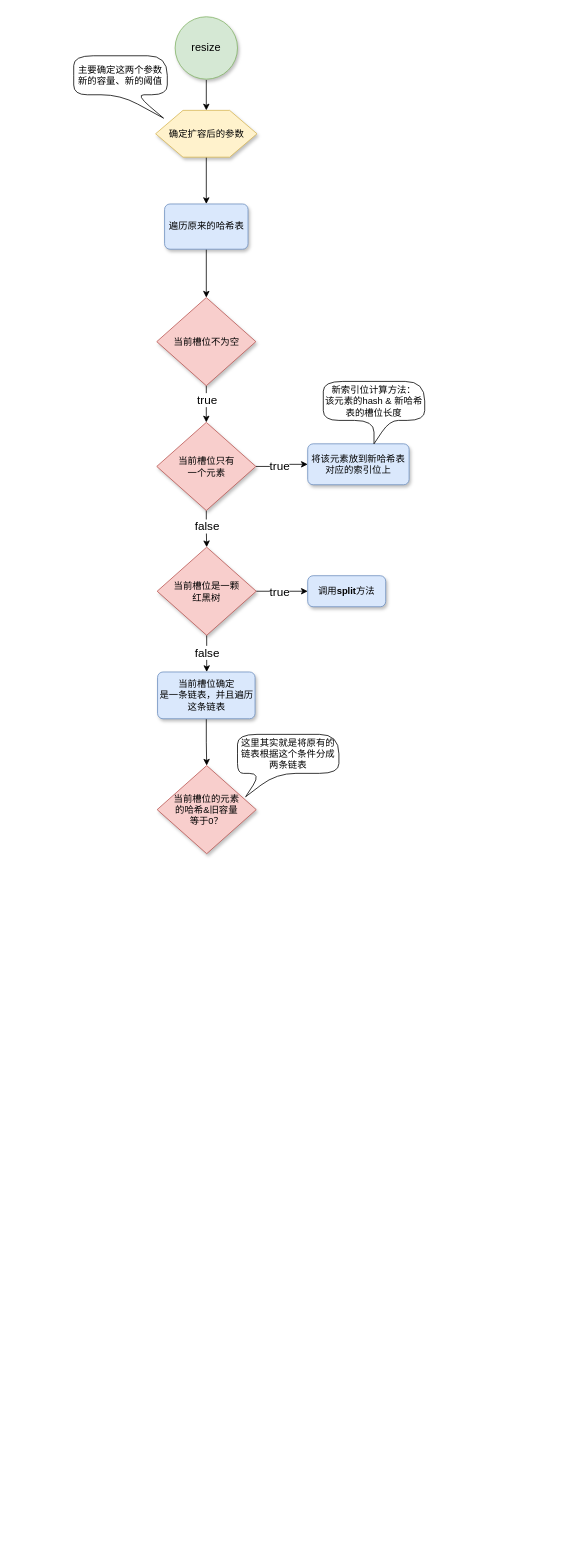
This is typora/JavaSE/6 集合/drawio/HashMap/扩容流程.drawio from LDChing0321/JavaLearn, a draw.io file, before an edit. Source tidied: cells renumbered, new cells numbered last; positions are measured from the earlier drawing's top-left corner, leaving out a move shared by most shapes. Both pictures are drawn from the tidied source at 78%, with x=0, y=0 at pixel (73, 16).
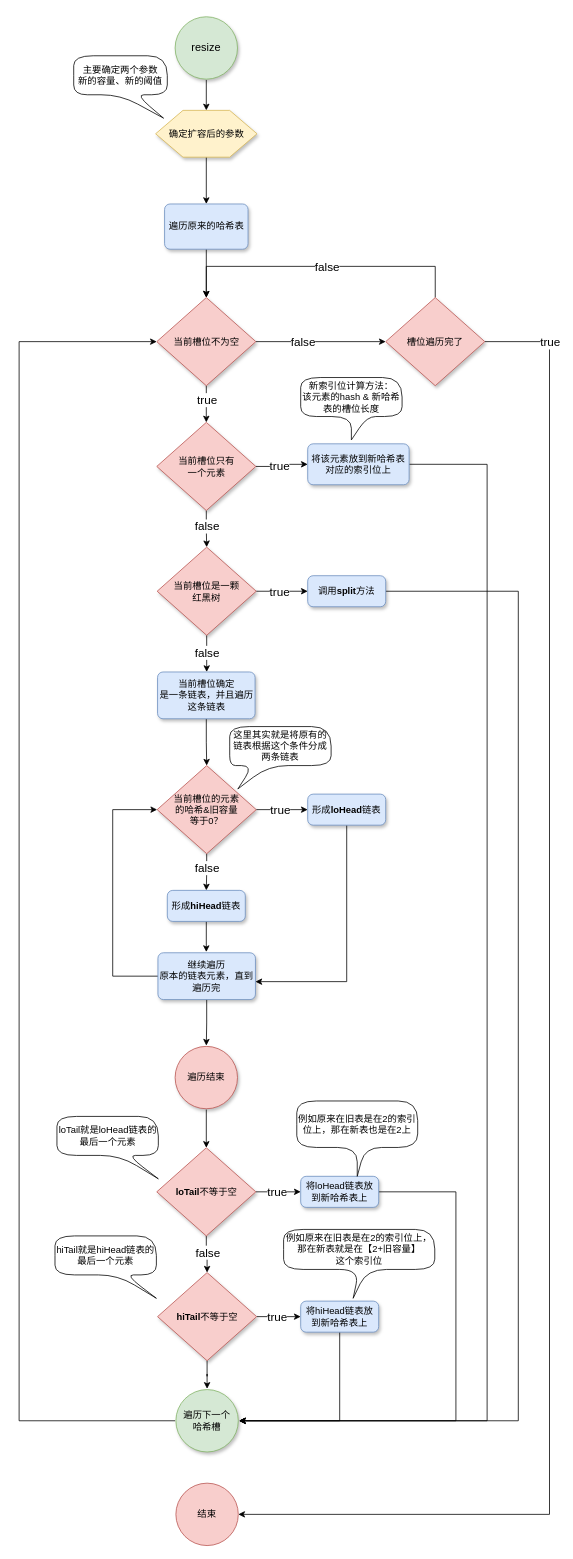
The same diagram, later.

Commit message:
更新扩容流程.drawio

Unchanged cells that the change refers to:
```xml
<mxCell id="10" value="当前槽位不为空" style="strokeWidth=1;html=1;shape=mxgraph.flowchart.decision;whiteSpace=wrap;fillColor=#f8cecc;strokeColor=#b85450;shadow=1;" parent="1" vertex="1">
  <mxGeometry x="106.5" y="360" width="127" height="113" as="geometry" />
</mxCell>
<mxCell id="15" value="将该元素放到新哈希表对应的索引位上" style="rounded=1;whiteSpace=wrap;html=1;absoluteArcSize=1;arcSize=14;strokeWidth=1;fillColor=#dae8fc;strokeColor=#6c8ebf;shadow=1;" parent="1" vertex="1">
  <mxGeometry x="300" y="547.5" width="130" height="52.5" as="geometry" />
</mxCell>
<mxCell id="25" value="调用&lt;b&gt;split&lt;/b&gt;方法" style="rounded=1;whiteSpace=wrap;html=1;absoluteArcSize=1;arcSize=14;strokeWidth=1;fillColor=#dae8fc;strokeColor=#6c8ebf;shadow=1;" parent="1" vertex="1">
  <mxGeometry x="300" y="716.6" width="100" height="39.8" as="geometry" />
</mxCell>
<mxCell id="27" value="当前槽位的元素&lt;br&gt;的哈希&amp;amp;旧容量&lt;br&gt;等于0？" style="strokeWidth=1;html=1;shape=mxgraph.flowchart.decision;whiteSpace=wrap;fillColor=#f8cecc;strokeColor=#b85450;shadow=1;" parent="1" vertex="1">
  <mxGeometry x="107" y="960" width="127" height="113" as="geometry" />
</mxCell>
```

The edit, as a diff of the source:
```diff
@@
-    <mxCell id="6" value="主要确定这两个参数新的容量、新的阈值" style="shape=callout;whiteSpace=wrap;html=1;perimeter=calloutPerimeter;rounded=1;arcSize=50;position2=0.96;" parent="1" vertex="1">
+    <mxCell id="6" value="主要确定两个参数&lt;br&gt;新的容量、新的阈值" style="shape=callout;whiteSpace=wrap;html=1;perimeter=calloutPerimeter;rounded=1;arcSize=50;position2=0.96;" parent="1" vertex="1">
       <mxGeometry y="50" width="120" height="80" as="geometry" />
     </mxCell>
@@
+    <mxCell id="29" style="edgeStyle=orthogonalEdgeStyle;rounded=0;jettySize=auto;html=1;exitX=1;exitY=0.5;exitDx=0;exitDy=0;exitPerimeter=0;entryX=0;entryY=0.5;entryDx=0;entryDy=0;entryPerimeter=0;fontSize=12;" parent="1" edge="1" source="10" target="65">
+      <mxGeometry relative="1" as="geometry" />
+    </mxCell>
@@
+    <mxCell id="30" style="edgeStyle=orthogonalEdgeStyle;rounded=0;jettySize=auto;html=1;exitX=1;exitY=0.5;exitDx=0;exitDy=0;fontSize=12;entryX=1;entryY=0.5;entryDx=0;entryDy=0;entryPerimeter=0;" parent="1" edge="1" source="15" target="62">
+      <mxGeometry relative="1" as="geometry">
+        <Array as="points">
+          <mxPoint x="530" y="574" />
+          <mxPoint x="530" y="1800" />
+        </Array>
+      </mxGeometry>
+    </mxCell>
@@
     <mxCell id="17" value="新索引位计算方法：&lt;br&gt;该元素的hash &amp;amp;&amp;nbsp;新哈希表的槽位长度" style="shape=callout;whiteSpace=wrap;html=1;perimeter=calloutPerimeter;rounded=1;arcSize=50;position2=0.5;" parent="1" vertex="1">
-      <mxGeometry x="320" y="467.5" width="130" height="80" as="geometry" />
+      <mxGeometry x="291" y="462.5" width="130" height="80" as="geometry" />
     </mxCell>
@@
+    <mxCell id="31" style="edgeStyle=orthogonalEdgeStyle;rounded=0;jettySize=auto;html=1;exitX=1;exitY=0.5;exitDx=0;exitDy=0;entryX=1;entryY=0.5;entryDx=0;entryDy=0;entryPerimeter=0;fontSize=12;" parent="1" edge="1" source="25" target="62">
+      <mxGeometry relative="1" as="geometry">
+        <Array as="points">
+          <mxPoint x="570" y="737" />
+          <mxPoint x="570" y="1800" />
+        </Array>
+      </mxGeometry>
+    </mxCell>
@@
+    <mxCell id="32" style="edgeStyle=orthogonalEdgeStyle;rounded=0;jettySize=auto;html=1;fontSize=15;" parent="1" edge="1" source="27" target="35">
+      <mxGeometry relative="1" as="geometry" />
+    </mxCell>
+    <mxCell id="33" style="edgeStyle=orthogonalEdgeStyle;rounded=0;jettySize=auto;html=1;fontSize=15;" parent="1" edge="1" source="27" target="38">
+      <mxGeometry relative="1" as="geometry" />
+    </mxCell>
@@
     <mxCell id="28" value="这里其实就是将原有的链表根据这个条件分成两条链表" style="shape=callout;whiteSpace=wrap;html=1;perimeter=calloutPerimeter;rounded=1;arcSize=50;position2=0.08;size=30;position=0.23;" parent="1" vertex="1">
-      <mxGeometry x="210" y="920" width="130" height="80" as="geometry" />
+      <mxGeometry x="200" y="910" width="130" height="80" as="geometry" />
     </mxCell>
+    <mxCell id="34" style="edgeStyle=orthogonalEdgeStyle;rounded=0;jettySize=auto;html=1;exitX=0.5;exitY=1;exitDx=0;exitDy=0;entryX=1;entryY=0.617;entryDx=0;entryDy=0;entryPerimeter=0;fontSize=12;" parent="1" edge="1" source="35" target="70">
+      <mxGeometry relative="1" as="geometry" />
+    </mxCell>
+    <mxCell id="35" value="形成&lt;b&gt;loHead&lt;/b&gt;链表" style="rounded=1;whiteSpace=wrap;html=1;absoluteArcSize=1;arcSize=14;strokeWidth=1;fillColor=#dae8fc;strokeColor=#6c8ebf;shadow=1;" parent="1" vertex="1">
+      <mxGeometry x="300" y="996.6" width="100" height="39.8" as="geometry" />
+    </mxCell>
+    <mxCell id="36" value="true" style="edgeLabel;html=1;align=center;verticalAlign=middle;fontSize=15;" parent="1" vertex="1">
+      <mxGeometry x="192" y="939" as="geometry">
+        <mxPoint x="72" y="76" as="offset" />
+      </mxGeometry>
+    </mxCell>
+    <mxCell id="37" style="edgeStyle=orthogonalEdgeStyle;rounded=0;jettySize=auto;html=1;fontSize=12;" parent="1" edge="1" source="38">
+      <mxGeometry relative="1" as="geometry">
+        <mxPoint x="170" y="1199" as="targetPoint" />
+      </mxGeometry>
+    </mxCell>
+    <mxCell id="38" value="形成&lt;b&gt;hiHead&lt;/b&gt;链表" style="rounded=1;whiteSpace=wrap;html=1;absoluteArcSize=1;arcSize=14;strokeWidth=1;fillColor=#dae8fc;strokeColor=#6c8ebf;shadow=1;" parent="1" vertex="1">
+      <mxGeometry x="120" y="1120" width="100" height="39.8" as="geometry" />
+    </mxCell>
+    <mxCell id="39" value="false" style="edgeLabel;html=1;align=center;verticalAlign=middle;fontSize=15;" parent="1" vertex="1">
+      <mxGeometry x="156" y="940" as="geometry">
+        <mxPoint x="14" y="150" as="offset" />
+      </mxGeometry>
+    </mxCell>
+    <mxCell id="40" style="edgeStyle=orthogonalEdgeStyle;rounded=0;jettySize=auto;html=1;fontSize=12;exitX=0.5;exitY=1;exitDx=0;exitDy=0;" parent="1" edge="1" source="70" target="60">
+      <mxGeometry relative="1" as="geometry" />
+    </mxCell>
+    <mxCell id="41" value="结束" style="ellipse;whiteSpace=wrap;html=1;rounded=1;fontSize=12;fillColor=#f8cecc;strokeColor=#b85450;" parent="1" vertex="1">
+      <mxGeometry x="131" y="1880" width="80" height="80" as="geometry" />
+    </mxCell>
+    <mxCell id="42" style="edgeStyle=orthogonalEdgeStyle;rounded=0;jettySize=auto;html=1;fontSize=15;" parent="1" edge="1" source="44" target="47">
+      <mxGeometry relative="1" as="geometry" />
+    </mxCell>
+    <mxCell id="43" style="edgeStyle=orthogonalEdgeStyle;rounded=0;jettySize=auto;html=1;fontSize=15;" parent="1" edge="1" source="44" target="52">
+      <mxGeometry relative="1" as="geometry" />
+    </mxCell>
+    <mxCell id="44" value="&lt;b&gt;loTail&lt;/b&gt;不等于空" style="strokeWidth=1;html=1;shape=mxgraph.flowchart.decision;whiteSpace=wrap;fillColor=#f8cecc;strokeColor=#b85450;shadow=1;" parent="1" vertex="1">
+      <mxGeometry x="106.5" y="1450" width="127" height="113" as="geometry" />
+    </mxCell>
+    <mxCell id="45" value="loTail就是loHead链表的最后一个元素" style="shape=callout;whiteSpace=wrap;html=1;perimeter=calloutPerimeter;rounded=1;arcSize=50;position2=1;size=30;position=0.62;base=10;" parent="1" vertex="1">
+      <mxGeometry x="-21.5" y="1409.8" width="130" height="80" as="geometry" />
+    </mxCell>
+    <mxCell id="46" style="edgeStyle=orthogonalEdgeStyle;rounded=0;jettySize=auto;html=1;exitX=1;exitY=0.5;exitDx=0;exitDy=0;entryX=1;entryY=0.5;entryDx=0;entryDy=0;entryPerimeter=0;fontSize=12;" parent="1" edge="1" source="47" target="62">
+      <mxGeometry relative="1" as="geometry">
+        <Array as="points">
+          <mxPoint x="490" y="1507" />
+          <mxPoint x="490" y="1800" />
+        </Array>
+      </mxGeometry>
+    </mxCell>
+    <mxCell id="47" value="将loHead链表放到新哈希表上" style="rounded=1;whiteSpace=wrap;html=1;absoluteArcSize=1;arcSize=14;strokeWidth=1;fillColor=#dae8fc;strokeColor=#6c8ebf;shadow=1;" parent="1" vertex="1">
+      <mxGeometry x="291" y="1486.6" width="100" height="39.8" as="geometry" />
+    </mxCell>
+    <mxCell id="48" value="true" style="edgeLabel;html=1;align=center;verticalAlign=middle;fontSize=15;" parent="1" vertex="1">
+      <mxGeometry x="188" y="1429" as="geometry">
+        <mxPoint x="72" y="76" as="offset" />
+      </mxGeometry>
+    </mxCell>
+    <mxCell id="49" value="例如原来在旧表是在2的索引位上，那在新表也是在2上" style="shape=callout;whiteSpace=wrap;html=1;perimeter=calloutPerimeter;rounded=1;arcSize=50;position2=0.5;size=37;position=0.5;base=10;" parent="1" vertex="1">
+      <mxGeometry x="286" y="1390" width="155" height="96.6" as="geometry" />
+    </mxCell>
+    <mxCell id="50" style="edgeStyle=orthogonalEdgeStyle;rounded=0;jettySize=auto;html=1;fontSize=15;" parent="1" edge="1" source="52" target="56">
+      <mxGeometry relative="1" as="geometry" />
+    </mxCell>
+    <mxCell id="51" style="edgeStyle=orthogonalEdgeStyle;rounded=0;jettySize=auto;html=1;fontSize=12;" parent="1" edge="1" source="52" target="62">
+      <mxGeometry relative="1" as="geometry" />
+    </mxCell>
+    <mxCell id="52" value="&lt;b&gt;hiTail&lt;/b&gt;不等于空" style="strokeWidth=1;html=1;shape=mxgraph.flowchart.decision;whiteSpace=wrap;fillColor=#f8cecc;strokeColor=#b85450;shadow=1;" parent="1" vertex="1">
+      <mxGeometry x="107.5" y="1610" width="127" height="113" as="geometry" />
+    </mxCell>
+    <mxCell id="53" value="false" style="edgeLabel;html=1;align=center;verticalAlign=middle;fontSize=15;" parent="1" vertex="1">
+      <mxGeometry x="157" y="1433.3" as="geometry">
+        <mxPoint x="14" y="150" as="offset" />
+      </mxGeometry>
+    </mxCell>
+    <mxCell id="54" value="hiTail就是hiHead链表的最后一个元素" style="shape=callout;whiteSpace=wrap;html=1;perimeter=calloutPerimeter;rounded=1;arcSize=50;position2=1;size=30;position=0.62;base=10;" parent="1" vertex="1">
+      <mxGeometry x="-24" y="1563" width="130" height="80" as="geometry" />
+    </mxCell>
+    <mxCell id="55" style="edgeStyle=orthogonalEdgeStyle;rounded=0;jettySize=auto;html=1;exitX=0.5;exitY=1;exitDx=0;exitDy=0;entryX=1;entryY=0.5;entryDx=0;entryDy=0;entryPerimeter=0;fontSize=12;" parent="1" edge="1" source="56" target="62">
+      <mxGeometry relative="1" as="geometry" />
+    </mxCell>
+    <mxCell id="56" value="将hiHead链表放到新哈希表上" style="rounded=1;whiteSpace=wrap;html=1;absoluteArcSize=1;arcSize=14;strokeWidth=1;fillColor=#dae8fc;strokeColor=#6c8ebf;shadow=1;" parent="1" vertex="1">
+      <mxGeometry x="291" y="1646.6" width="100" height="39.8" as="geometry" />
+    </mxCell>
+    <mxCell id="57" value="true" style="edgeLabel;html=1;align=center;verticalAlign=middle;fontSize=15;" parent="1" vertex="1">
+      <mxGeometry x="188" y="1590" as="geometry">
+        <mxPoint x="72" y="76" as="offset" />
+      </mxGeometry>
+    </mxCell>
+    <mxCell id="58" value="例如原来在旧表是在2的索引位上，那在新表就是在【2+旧容量】&lt;br&gt;这个索引位" style="shape=callout;whiteSpace=wrap;html=1;perimeter=calloutPerimeter;rounded=1;arcSize=50;position2=0.46;size=37;position=0.5;base=10;" parent="1" vertex="1">
+      <mxGeometry x="269.1" y="1554.7" width="193.8" height="88.3" as="geometry" />
+    </mxCell>
+    <mxCell id="59" style="edgeStyle=orthogonalEdgeStyle;rounded=0;jettySize=auto;html=1;fontSize=12;" parent="1" edge="1" source="60" target="44">
+      <mxGeometry relative="1" as="geometry" />
+    </mxCell>
+    <mxCell id="60" value="遍历结束" style="strokeWidth=1;html=1;shape=mxgraph.flowchart.start_2;whiteSpace=wrap;labelBorderColor=none;strokeColor=#b85450;perimeterSpacing=1;fillColor=#f8cecc;shadow=1;fontSize=12;" parent="1" vertex="1">
+      <mxGeometry x="130" y="1320" width="80" height="80" as="geometry" />
+    </mxCell>
+    <mxCell id="61" style="edgeStyle=orthogonalEdgeStyle;rounded=0;jettySize=auto;html=1;exitX=0;exitY=0.5;exitDx=0;exitDy=0;exitPerimeter=0;entryX=0;entryY=0.5;entryDx=0;entryDy=0;fontSize=12;entryPerimeter=0;" parent="1" edge="1" source="62" target="10">
+      <mxGeometry relative="1" as="geometry">
+        <Array as="points">
+          <mxPoint x="-70" y="1800" />
+          <mxPoint x="-70" y="417" />
+        </Array>
+      </mxGeometry>
+    </mxCell>
+    <mxCell id="62" value="遍历下一个&lt;br&gt;哈希槽" style="strokeWidth=1;html=1;shape=mxgraph.flowchart.start_2;whiteSpace=wrap;labelBorderColor=none;strokeColor=#82b366;perimeterSpacing=1;fillColor=#d5e8d4;shadow=1;fontSize=12;" parent="1" vertex="1">
+      <mxGeometry x="131" y="1760" width="80" height="80" as="geometry" />
+    </mxCell>
+    <mxCell id="63" style="edgeStyle=orthogonalEdgeStyle;rounded=0;jettySize=auto;html=1;exitX=0.5;exitY=0;exitDx=0;exitDy=0;exitPerimeter=0;entryX=0.5;entryY=0;entryDx=0;entryDy=0;entryPerimeter=0;fontSize=12;" parent="1" edge="1" source="65" target="10">
+      <mxGeometry relative="1" as="geometry">
+        <Array as="points">
+          <mxPoint x="464" y="320" />
+          <mxPoint x="170" y="320" />
+        </Array>
+      </mxGeometry>
+    </mxCell>
+    <mxCell id="64" style="edgeStyle=orthogonalEdgeStyle;rounded=0;jettySize=auto;html=1;exitX=1;exitY=0.5;exitDx=0;exitDy=0;exitPerimeter=0;entryX=1;entryY=0.5;entryDx=0;entryDy=0;fontSize=12;" parent="1" edge="1" source="65" target="41">
+      <mxGeometry relative="1" as="geometry">
+        <Array as="points">
+          <mxPoint x="610" y="417" />
+          <mxPoint x="610" y="1920" />
+        </Array>
+      </mxGeometry>
+    </mxCell>
+    <mxCell id="65" value="槽位遍历完了" style="strokeWidth=1;html=1;shape=mxgraph.flowchart.decision;whiteSpace=wrap;fillColor=#f8cecc;strokeColor=#b85450;shadow=1;" parent="1" vertex="1">
+      <mxGeometry x="400" y="360" width="127" height="113" as="geometry" />
+    </mxCell>
+    <mxCell id="66" value="false" style="edgeLabel;html=1;align=center;verticalAlign=middle;fontSize=15;" parent="1" vertex="1">
+      <mxGeometry x="279" y="265" as="geometry">
+        <mxPoint x="14" y="150" as="offset" />
+      </mxGeometry>
+    </mxCell>
+    <mxCell id="67" value="false" style="edgeLabel;html=1;align=center;verticalAlign=middle;fontSize=15;" parent="1" vertex="1">
+      <mxGeometry x="310" y="170" as="geometry">
+        <mxPoint x="14" y="150" as="offset" />
+      </mxGeometry>
+    </mxCell>
+    <mxCell id="68" value="true" style="edgeLabel;html=1;align=center;verticalAlign=middle;fontSize=15;" parent="1" vertex="1">
+      <mxGeometry x="610" y="416.5" as="geometry" />
+    </mxCell>
+    <mxCell id="69" style="edgeStyle=orthogonalEdgeStyle;rounded=0;jettySize=auto;html=1;exitX=0;exitY=0.5;exitDx=0;exitDy=0;entryX=0;entryY=0.5;entryDx=0;entryDy=0;entryPerimeter=0;fontSize=12;" parent="1" edge="1" source="70" target="27">
+      <mxGeometry relative="1" as="geometry">
+        <Array as="points">
+          <mxPoint x="50" y="1230" />
+          <mxPoint x="50" y="1017" />
+        </Array>
+      </mxGeometry>
+    </mxCell>
+    <mxCell id="70" value="继续遍历&lt;br&gt;原本的链表元素，直到遍历完" style="rounded=1;whiteSpace=wrap;html=1;absoluteArcSize=1;arcSize=14;strokeWidth=1;fillColor=#dae8fc;strokeColor=#6c8ebf;shadow=1;" parent="1" vertex="1">
+      <mxGeometry x="108" y="1200" width="125" height="60" as="geometry" />
+    </mxCell>
```
